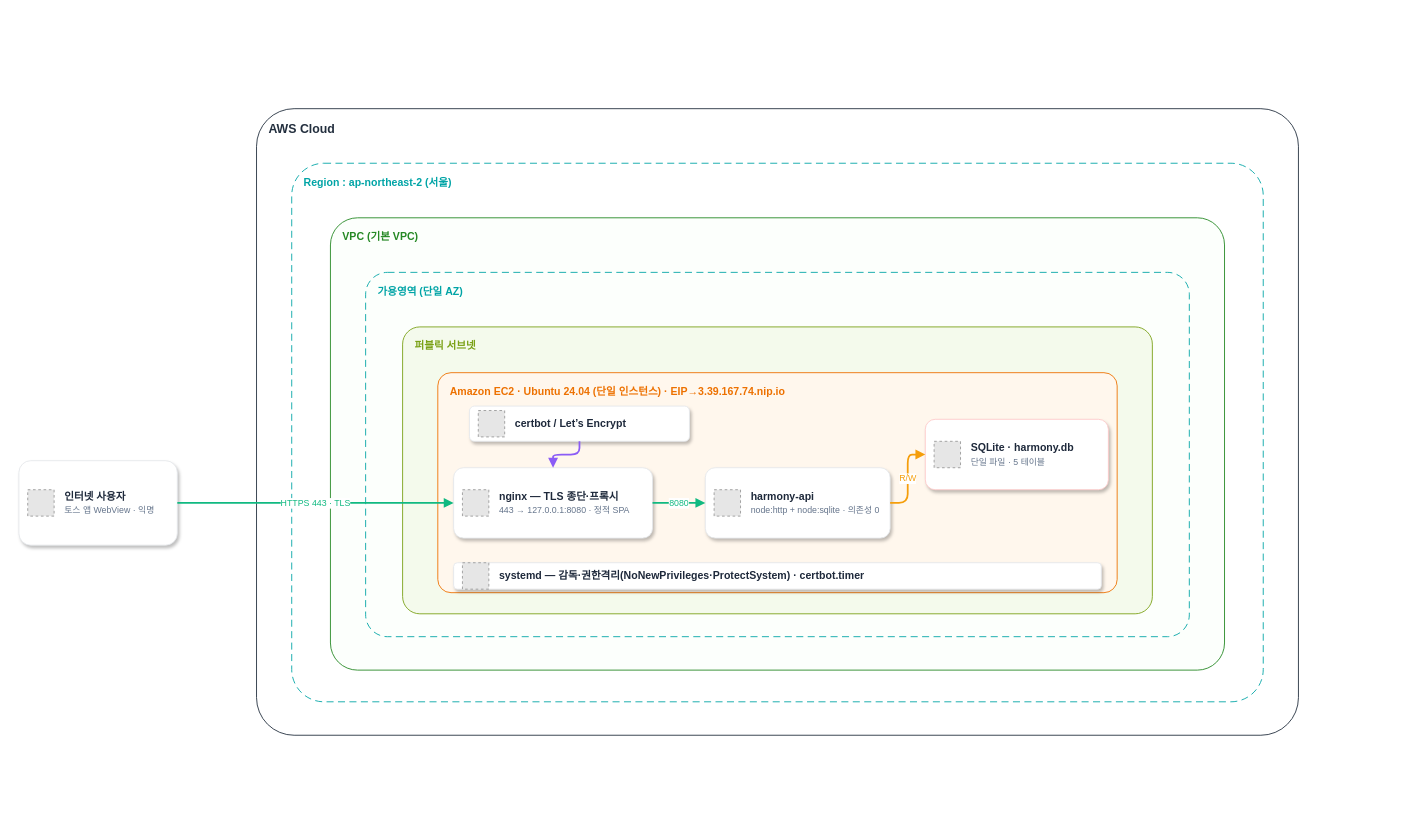
This is 산출물/04_시스템설계/하모니_AWS_배포_아키텍처.drawio from Appintos-Harmony/appintoss-meetup, a draw.io file, before an edit. Source tidied: cells renumbered, new cells numbered last; positions are measured from the earlier drawing's top-left corner, leaving out a move shared by most shapes. Both pictures are drawn from the tidied source at 88%, with x=0, y=0 at pixel (18, 108). Pictures stored in the file or linked from it are replaced by grey dashed boxes.
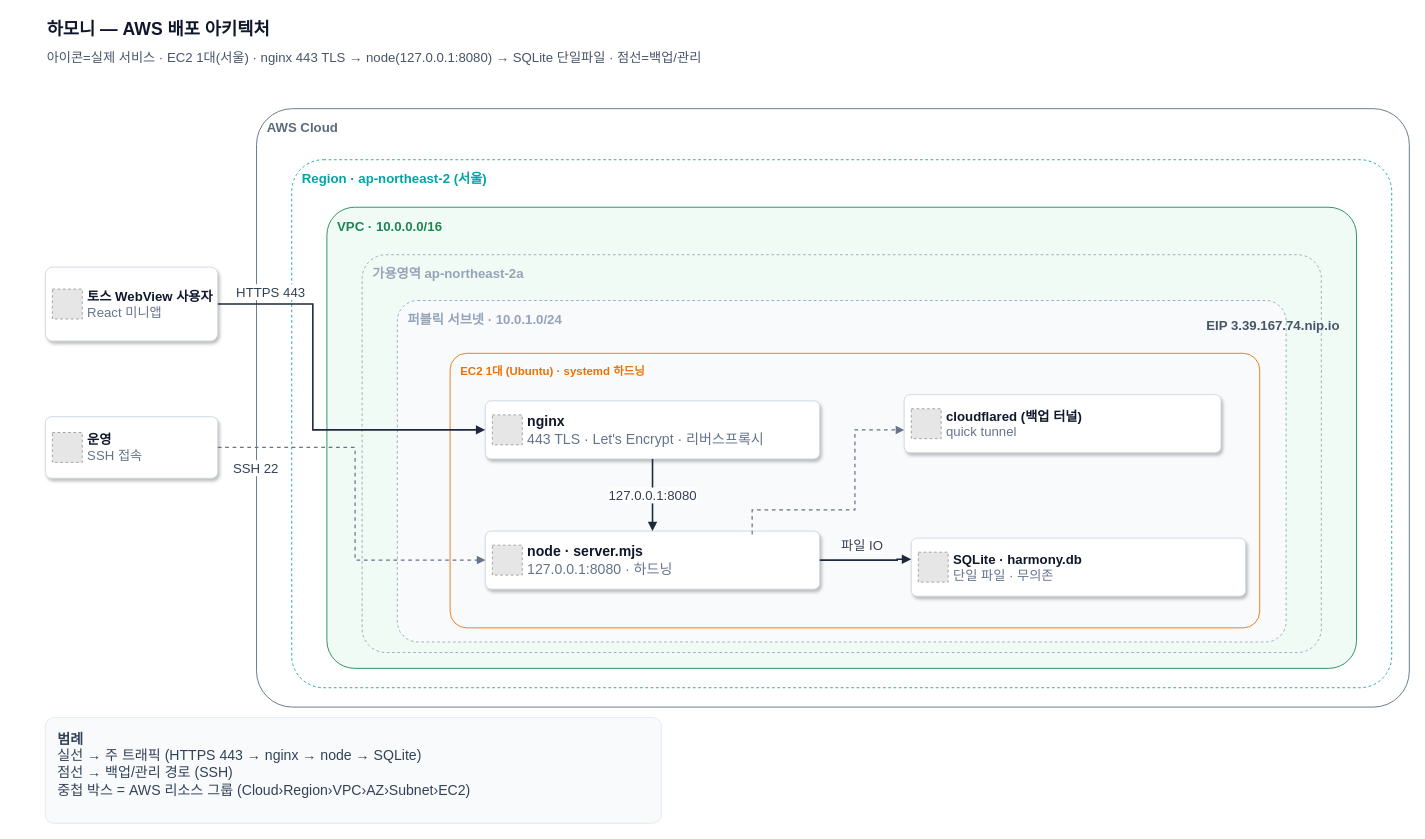
After the change.

What changed in the source:
```diff
@@
+    <mxCell id="24" value="&lt;b&gt;하모니 — AWS 배포 아키텍처&lt;/b&gt;" style="text;html=1;align=left;verticalAlign=middle;fontColor=#0F172A;fontSize=20;" parent="1" vertex="1">
+      <mxGeometry x="30" y="-106" width="1000" height="30" as="geometry" />
+    </mxCell>
+    <mxCell id="25" value="&lt;font color=&quot;#475569&quot;&gt;아이콘=실제 서비스 · EC2 1대(서울) · nginx 443 TLS → node(127.0.0.1:8080) → SQLite 단일파일 · 점선=백업/관리&lt;/font&gt;" style="text;html=1;align=left;verticalAlign=middle;fontSize=15;" parent="1" vertex="1">
+      <mxGeometry x="30" y="-70" width="1200" height="22" as="geometry" />
+    </mxCell>
-    <mxCell id="2" value="AWS Cloud" style="rounded=1;arcSize=6;whiteSpace=wrap;html=1;fillColor=#FFFFFF;strokeColor=#232F3E;verticalAlign=top;align=left;spacingLeft=12;spacingTop=8;fontSize=14;fontStyle=1;fontColor=#232F3E;" parent="1" vertex="1">
-      <mxGeometry x="270" width="1184" height="712" as="geometry" />
+    <mxCell id="2" value="AWS Cloud" style="rounded=1;arcSize=6;html=1;fillColor=none;strokeColor=#5A6B7B;dashed=0;verticalAlign=top;align=left;spacingLeft=10;spacingTop=6;fontColor=#5A6B7B;fontSize=15;fontStyle=1;" parent="1" vertex="1">
+      <mxGeometry x="270" width="1310" height="680" as="geometry" />
     </mxCell>
-    <mxCell id="3" value="Region : ap-northeast-2 (서울)" style="rounded=1;arcSize=6;whiteSpace=wrap;html=1;fillColor=none;strokeColor=#00A4A6;dashed=1;dashPattern=8 5;verticalAlign=top;align=left;spacingLeft=12;spacingTop=8;fontSize=12;fontStyle=1;fontColor=#00A4A6;" parent="1" vertex="1">
-      <mxGeometry x="310" y="62" width="1104" height="612" as="geometry" />
-    </mxCell>
-    <mxCell id="4" value="VPC (기본 VPC)" style="rounded=1;arcSize=6;whiteSpace=wrap;html=1;fillColor=#FCFFFC;strokeColor=#248823;verticalAlign=top;align=left;spacingLeft=12;spacingTop=8;fontSize=12;fontStyle=1;fontColor=#248823;" parent="1" vertex="1">
-      <mxGeometry x="354" y="124" width="1016" height="514" as="geometry" />
-    </mxCell>
-    <mxCell id="5" value="가용영역 (단일 AZ)" style="rounded=1;arcSize=6;whiteSpace=wrap;html=1;fillColor=none;strokeColor=#00A4A6;dashed=1;dashPattern=8 5;verticalAlign=top;align=left;spacingLeft=12;spacingTop=8;fontSize=12;fontStyle=1;fontColor=#00A4A6;" parent="1" vertex="1">
-      <mxGeometry x="394" y="186" width="936" height="414" as="geometry" />
-    </mxCell>
-    <mxCell id="6" value="퍼블릭 서브넷" style="rounded=1;arcSize=6;whiteSpace=wrap;html=1;fillColor=#F4FAEC;strokeColor=#7AA116;verticalAlign=top;align=left;spacingLeft=12;spacingTop=8;fontSize=12;fontStyle=1;fontColor=#7AA116;" parent="1" vertex="1">
-      <mxGeometry x="436" y="248" width="852" height="326" as="geometry" />
-    </mxCell>
-    <mxCell id="7" value="Amazon EC2 · Ubuntu 24.04 (단일 인스턴스) · EIP→3.39.167.74.nip.io" style="rounded=1;arcSize=6;whiteSpace=wrap;html=1;fillColor=#FFF7ED;strokeColor=#ED7100;verticalAlign=top;align=left;spacingLeft=12;spacingTop=8;fontSize=12;fontStyle=1;fontColor=#ED7100;" parent="1" vertex="1">
-      <mxGeometry x="476" y="300" width="772" height="250" as="geometry" />
-    </mxCell>
-    <mxCell id="8" value="&lt;b&gt;인터넷 사용자&lt;/b&gt;&lt;br&gt;&lt;span style=&quot;font-size:10px;color:#64748B&quot;&gt;토스 앱 WebView · 익명&lt;/span&gt;" style="rounded=1;arcSize=14;whiteSpace=wrap;html=1;fillColor=#FFFFFF;strokeColor=#E5E7EB;align=left;verticalAlign=middle;spacingLeft=50;fontSize=12;fontColor=#1E293B;shadow=1;" parent="1" vertex="1">
-      <mxGeometry y="400" width="180" height="96" as="geometry" />
-    </mxCell>
-    <mxCell id="9" style="fillColor=#E6E6E6;strokeColor=#999999;dashed=1;" parent="1" vertex="1">
-      <mxGeometry x="10" y="433" width="30" height="30" as="geometry" />
-    </mxCell>
-    <mxCell id="10" value="&lt;b&gt;certbot / Let’s Encrypt&lt;/b&gt;" style="rounded=1;arcSize=14;whiteSpace=wrap;html=1;fillColor=#FFFFFF;strokeColor=#E5E7EB;align=left;verticalAlign=middle;spacingLeft=50;fontSize=12;fontColor=#1E293B;shadow=1;" parent="1" vertex="1">
-      <mxGeometry x="512" y="338" width="250" height="40" as="geometry" />
-    </mxCell>
-    <mxCell id="11" style="fillColor=#E6E6E6;strokeColor=#999999;dashed=1;" parent="1" vertex="1">
-      <mxGeometry x="522" y="343" width="30" height="30" as="geometry" />
-    </mxCell>
-    <mxCell id="12" value="&lt;b&gt;nginx — TLS 종단·프록시&lt;/b&gt;&lt;br&gt;&lt;span style=&quot;font-size:10px;color:#64748B&quot;&gt;443 → 127.0.0.1:8080 · 정적 SPA&lt;/span&gt;" style="rounded=1;arcSize=14;whiteSpace=wrap;html=1;fillColor=#FFFFFF;strokeColor=#E5E7EB;align=left;verticalAlign=middle;spacingLeft=50;fontSize=12;fontColor=#1E293B;shadow=1;" parent="1" vertex="1">
-      <mxGeometry x="494" y="408" width="226" height="80" as="geometry" />
-    </mxCell>
-    <mxCell id="13" style="fillColor=#E6E6E6;strokeColor=#999999;dashed=1;" parent="1" vertex="1">
-      <mxGeometry x="504" y="433" width="30" height="30" as="geometry" />
-    </mxCell>
-    <mxCell id="14" value="&lt;b&gt;harmony-api&lt;/b&gt;&lt;br&gt;&lt;span style=&quot;font-size:10px;color:#64748B&quot;&gt;node:http + node:sqlite · 의존성 0&lt;/span&gt;" style="rounded=1;arcSize=14;whiteSpace=wrap;html=1;fillColor=#FFFFFF;strokeColor=#E5E7EB;align=left;verticalAlign=middle;spacingLeft=50;fontSize=12;fontColor=#1E293B;shadow=1;" parent="1" vertex="1">
-      <mxGeometry x="780" y="408" width="210" height="80" as="geometry" />
-    </mxCell>
-    <mxCell id="15" style="fillColor=#E6E6E6;strokeColor=#999999;dashed=1;" parent="1" vertex="1">
-      <mxGeometry x="790" y="433" width="30" height="30" as="geometry" />
-    </mxCell>
-    <mxCell id="16" value="&lt;b&gt;SQLite · harmony.db&lt;/b&gt;&lt;br&gt;&lt;span style=&quot;font-size: 10px; color: rgb(100, 116, 139);&quot;&gt;단일 파일 · 5 테이블&amp;nbsp;&lt;/span&gt;" style="rounded=1;arcSize=14;whiteSpace=wrap;html=1;fillColor=#FFFFFF;strokeColor=#FECACA;align=left;verticalAlign=middle;spacingLeft=50;fontSize=12;fontColor=#1E293B;shadow=1;" parent="1" vertex="1">
-      <mxGeometry x="1030" y="353" width="208" height="80" as="geometry" />
-    </mxCell>
-    <mxCell id="17" style="fillColor=#E6E6E6;strokeColor=#999999;dashed=1;" parent="1" vertex="1">
-      <mxGeometry x="1040" y="378" width="30" height="30" as="geometry" />
-    </mxCell>
-    <mxCell id="18" value="&lt;b&gt;systemd — 감독·권한격리(NoNewPrivileges·ProtectSystem) · certbot.timer&lt;/b&gt;" style="rounded=1;arcSize=14;whiteSpace=wrap;html=1;fillColor=#FFFFFF;strokeColor=#E5E7EB;align=left;verticalAlign=middle;spacingLeft=50;fontSize=12;fontColor=#1E293B;shadow=1;" parent="1" vertex="1">
-      <mxGeometry x="494" y="516" width="736" height="30" as="geometry" />
-    </mxCell>
-    <mxCell id="19" style="fillColor=#E6E6E6;strokeColor=#999999;dashed=1;" parent="1" vertex="1">
-      <mxGeometry x="504" y="516" width="30" height="30" as="geometry" />
-    </mxCell>
-    <mxCell id="20" value="HTTPS 443 · TLS" style="edgeStyle=orthogonalEdgeStyle;rounded=1;html=1;strokeColor=#10B981;strokeWidth=2;endArrow=block;endFill=1;fontSize=10;fontColor=#10B981;labelBackgroundColor=#FFFFFF;" parent="1" edge="1" source="8" target="12">
-      <mxGeometry relative="1" as="geometry" />
-    </mxCell>
-    <mxCell id="21" style="edgeStyle=orthogonalEdgeStyle;rounded=1;html=1;strokeColor=#8B5CF6;strokeWidth=2;endArrow=block;endFill=1;fontSize=10;fontColor=#8B5CF6;labelBackgroundColor=#FFFFFF;" parent="1" edge="1" source="10" target="12">
-      <mxGeometry relative="1" as="geometry" />
-    </mxCell>
-    <mxCell id="22" value="8080" style="edgeStyle=orthogonalEdgeStyle;rounded=1;html=1;strokeColor=#10B981;strokeWidth=2;endArrow=block;endFill=1;fontSize=10;fontColor=#10B981;labelBackgroundColor=#FFFFFF;" parent="1" edge="1" source="12" target="14">
-      <mxGeometry relative="1" as="geometry" />
-    </mxCell>
-    <mxCell id="23" value="R/W" style="edgeStyle=orthogonalEdgeStyle;rounded=1;html=1;strokeColor=#F59E0B;strokeWidth=2;endArrow=block;endFill=1;fontSize=10;fontColor=#F59E0B;labelBackgroundColor=#FFFFFF;" parent="1" edge="1" source="14" target="16">
-      <mxGeometry relative="1" as="geometry" />
-    </mxCell>
+    <mxCell id="26" value="Region · ap-northeast-2 (서울)" style="rounded=1;arcSize=6;html=1;fillColor=none;strokeColor=#00A4A6;dashed=1;verticalAlign=top;align=left;spacingLeft=10;spacingTop=6;fontColor=#00A4A6;fontSize=15;fontStyle=1;" parent="1" vertex="1">
+      <mxGeometry x="310" y="58" width="1250" height="600" as="geometry" />
+    </mxCell>
+    <mxCell id="27" value="VPC · 10.0.0.0/16" style="rounded=1;arcSize=6;html=1;fillColor=#F1FBF5;strokeColor=#1A8754;dashed=0;verticalAlign=top;align=left;spacingLeft=10;spacingTop=6;fontColor=#1A8754;fontSize=15;fontStyle=1;" parent="1" vertex="1">
+      <mxGeometry x="350" y="112" width="1170" height="524" as="geometry" />
+    </mxCell>
+    <mxCell id="28" value="가용영역 ap-northeast-2a" style="rounded=1;arcSize=6;html=1;fillColor=none;strokeColor=#94A3B8;dashed=1;verticalAlign=top;align=left;spacingLeft=10;spacingTop=6;fontColor=#94A3B8;fontSize=15;fontStyle=1;" parent="1" vertex="1">
+      <mxGeometry x="390" y="166" width="1090" height="452" as="geometry" />
+    </mxCell>
+    <mxCell id="29" value="퍼블릭 서브넷 · 10.0.1.0/24" style="rounded=1;arcSize=6;html=1;fillColor=#F8FAFC;strokeColor=#94A3B8;dashed=1;verticalAlign=top;align=left;spacingLeft=10;spacingTop=6;fontColor=#94A3B8;fontSize=15;fontStyle=1;" parent="1" vertex="1">
+      <mxGeometry x="430" y="218" width="1010" height="388" as="geometry" />
+    </mxCell>
+    <mxCell id="30" value="EC2 1대 (Ubuntu) · systemd 하드닝" style="rounded=1;arcSize=6;html=1;fillColor=none;strokeColor=#ED7100;dashed=0;verticalAlign=top;align=left;spacingLeft=10;spacingTop=6;fontColor=#ED7100;fontSize=13;fontStyle=1;" parent="1" vertex="1">
+      <mxGeometry x="490" y="278" width="920" height="312" as="geometry" />
+    </mxCell>
+    <mxCell id="31" value="&lt;b&gt;토스 WebView 사용자&lt;/b&gt;&lt;br&gt;&lt;font color=&quot;#64748B&quot;&gt;React 미니앱&lt;/font&gt;" style="rounded=1;arcSize=10;whiteSpace=wrap;html=1;fillColor=#FFFFFF;strokeColor=#CBD5E1;align=left;verticalAlign=middle;spacingLeft=46;fontColor=#0F172A;fontSize=15;shadow=1;" parent="1" vertex="1">
+      <mxGeometry x="30" y="180" width="196" height="84" as="geometry" />
+    </mxCell>
+    <mxCell id="32" style="fillColor=#E6E6E6;strokeColor=#999999;dashed=1;" parent="31" vertex="1">
+      <mxGeometry x="8" y="25" width="34" height="34" as="geometry" />
+    </mxCell>
+    <mxCell id="33" value="&lt;b&gt;운영&lt;/b&gt;&lt;br&gt;&lt;font color=&quot;#64748B&quot;&gt;SSH 접속&lt;/font&gt;" style="rounded=1;arcSize=10;whiteSpace=wrap;html=1;fillColor=#FFFFFF;strokeColor=#CBD5E1;align=left;verticalAlign=middle;spacingLeft=46;fontColor=#0F172A;fontSize=15;shadow=1;" parent="1" vertex="1">
+      <mxGeometry x="30" y="350" width="196" height="70" as="geometry" />
+    </mxCell>
+    <mxCell id="34" style="fillColor=#E6E6E6;strokeColor=#999999;dashed=1;" parent="33" vertex="1">
+      <mxGeometry x="8" y="18" width="34" height="34" as="geometry" />
+    </mxCell>
+    <mxCell id="35" value="&lt;b&gt;nginx&lt;/b&gt;&lt;br&gt;&lt;font color=&quot;#64748B&quot;&gt;443 TLS · Let's Encrypt · 리버스프록시&lt;/font&gt;" style="rounded=1;arcSize=10;whiteSpace=wrap;html=1;fillColor=#FFFFFF;strokeColor=#CBD5E1;align=left;verticalAlign=middle;spacingLeft=46;fontColor=#0F172A;fontSize=16;shadow=1;" parent="1" vertex="1">
+      <mxGeometry x="530" y="332" width="380" height="66" as="geometry" />
+    </mxCell>
+    <mxCell id="36" style="fillColor=#E6E6E6;strokeColor=#999999;dashed=1;" parent="35" vertex="1">
+      <mxGeometry x="8" y="16" width="34" height="34" as="geometry" />
+    </mxCell>
+    <mxCell id="37" value="&lt;b&gt;node · server.mjs&lt;/b&gt;&lt;br&gt;&lt;font color=&quot;#64748B&quot;&gt;127.0.0.1:8080 · 하드닝&lt;/font&gt;" style="rounded=1;arcSize=10;whiteSpace=wrap;html=1;fillColor=#FFFFFF;strokeColor=#CBD5E1;align=left;verticalAlign=middle;spacingLeft=46;fontColor=#0F172A;fontSize=16;shadow=1;" parent="1" vertex="1">
+      <mxGeometry x="530" y="480" width="380" height="66" as="geometry" />
+    </mxCell>
+    <mxCell id="38" style="fillColor=#E6E6E6;strokeColor=#999999;dashed=1;" parent="37" vertex="1">
+      <mxGeometry x="8" y="16" width="34" height="34" as="geometry" />
+    </mxCell>
+    <mxCell id="39" value="&lt;b&gt;SQLite · harmony.db&lt;/b&gt;&lt;br&gt;&lt;font color=&quot;#64748B&quot;&gt;단일 파일 · 무의존&lt;/font&gt;" style="rounded=1;arcSize=10;whiteSpace=wrap;html=1;fillColor=#FFFFFF;strokeColor=#CBD5E1;align=left;verticalAlign=middle;spacingLeft=46;fontColor=#0F172A;fontSize=15;shadow=1;" parent="1" vertex="1">
+      <mxGeometry x="1014" y="488" width="380" height="66" as="geometry" />
+    </mxCell>
+    <mxCell id="40" style="fillColor=#E6E6E6;strokeColor=#999999;dashed=1;" parent="39" vertex="1">
+      <mxGeometry x="8" y="16" width="34" height="34" as="geometry" />
+    </mxCell>
+    <mxCell id="41" value="&lt;b&gt;cloudflared (백업 터널)&lt;/b&gt;&lt;br&gt;&lt;font color=&quot;#64748B&quot;&gt;quick tunnel&lt;/font&gt;" style="rounded=1;arcSize=10;whiteSpace=wrap;html=1;fillColor=#FFFFFF;strokeColor=#CBD5E1;align=left;verticalAlign=middle;spacingLeft=46;fontColor=#0F172A;fontSize=15;shadow=1;" parent="1" vertex="1">
+      <mxGeometry x="1006" y="325" width="360" height="66" as="geometry" />
+    </mxCell>
+    <mxCell id="42" style="fillColor=#E6E6E6;strokeColor=#999999;dashed=1;" parent="41" vertex="1">
+      <mxGeometry x="8" y="16" width="34" height="34" as="geometry" />
+    </mxCell>
+    <mxCell id="43" value="HTTPS 443" style="edgeStyle=orthogonalEdgeStyle;rounded=0;html=1;startArrow=none;startFill=0;endArrow=block;endFill=1;dashed=0;strokeColor=#1E293B;strokeWidth=1.8;fontSize=15;fontColor=#334155;labelBackgroundColor=#FFFFFF;" parent="1" edge="1" source="31" target="35">
+      <mxGeometry x="-0.73" y="14" relative="1" as="geometry">
+        <Array as="points">
+          <mxPoint x="334" y="222" />
+          <mxPoint x="334" y="365" />
+        </Array>
+      </mxGeometry>
+    </mxCell>
+    <mxCell id="44" value="SSH 22" style="edgeStyle=orthogonalEdgeStyle;rounded=0;html=1;startArrow=none;startFill=0;endArrow=block;endFill=1;dashed=1;strokeColor=#64748B;strokeWidth=1.4;fontSize=15;fontColor=#334155;labelBackgroundColor=#FFFFFF;entryX=0;entryY=0.5;entryDx=0;entryDy=0;exitX=1;exitY=0.5;exitDx=0;exitDy=0;" parent="1" edge="1" source="33" target="37">
+      <mxGeometry x="-0.8" y="-23" relative="1" as="geometry">
+        <Array as="points">
+          <mxPoint x="382" y="385" />
+          <mxPoint x="382" y="513" />
+        </Array>
+      </mxGeometry>
+    </mxCell>
+    <mxCell id="45" value="127.0.0.1:8080" style="edgeStyle=orthogonalEdgeStyle;rounded=0;html=1;startArrow=none;startFill=0;endArrow=block;endFill=1;dashed=0;strokeColor=#1E293B;strokeWidth=1.8;fontSize=15;fontColor=#334155;labelBackgroundColor=#FFFFFF;" parent="1" edge="1" source="35" target="37">
+      <mxGeometry relative="1" as="geometry" />
+    </mxCell>
+    <mxCell id="46" value="파일 IO" style="edgeStyle=orthogonalEdgeStyle;rounded=0;html=1;startArrow=none;startFill=0;endArrow=block;endFill=1;dashed=0;strokeColor=#1E293B;strokeWidth=1.8;fontSize=15;fontColor=#334155;labelBackgroundColor=#FFFFFF;exitX=1;exitY=0.5;exitDx=0;exitDy=0;" parent="1" edge="1" source="37">
+      <mxGeometry x="-0.08" y="17" relative="1" as="geometry">
+        <mxPoint x="1014" y="512" as="targetPoint" />
+        <Array as="points">
+          <mxPoint x="998" y="513" />
+          <mxPoint x="1022" y="512" />
+        </Array>
+      </mxGeometry>
+    </mxCell>
+    <mxCell id="47" style="edgeStyle=orthogonalEdgeStyle;rounded=0;html=1;startArrow=none;startFill=0;endArrow=block;endFill=1;dashed=1;strokeColor=#64748B;strokeWidth=1.4;fontSize=15;fontColor=#334155;labelBackgroundColor=#FFFFFF;exitX=0.798;exitY=0.06;exitDx=0;exitDy=0;exitPerimeter=0;" parent="1" edge="1" source="37" target="41">
+      <mxGeometry x="1" y="-52" relative="1" as="geometry">
+        <Array as="points">
+          <mxPoint x="833" y="456" />
+          <mxPoint x="950" y="456" />
+          <mxPoint x="950" y="365" />
+        </Array>
+        <mxPoint x="8" y="-1" as="offset" />
+      </mxGeometry>
+    </mxCell>
+    <mxCell id="48" value="&lt;b style=&quot;color: rgb(51, 65, 85);&quot;&gt;범례&lt;/b&gt;&lt;br&gt;실선 → 주 트래픽 (HTTPS 443 → nginx → node → SQLite)&lt;br&gt;점선 → 백업/관리 경로 (SSH)&lt;br&gt;중첩 박스 = AWS 리소스 그룹 (Cloud›Region›VPC›AZ›Subnet›EC2)" style="rounded=1;arcSize=8;html=1;whiteSpace=wrap;align=left;verticalAlign=top;spacingLeft=12;spacingTop=8;fontSize=16;fillColor=#F8FAFC;strokeColor=#E2E8F0;fontColor=#334155;" parent="1" vertex="1">
+      <mxGeometry x="30" y="692" width="700" height="120" as="geometry" />
+    </mxCell>
+    <mxCell id="49" value="&lt;font color=&quot;#475569&quot;&gt;&lt;b&gt;EIP 3.39.167.74.nip.io&lt;/b&gt;&lt;/font&gt;" style="text;html=1;align=center;verticalAlign=middle;fontSize=15;" parent="1" vertex="1">
+      <mxGeometry x="1350" y="236" width="150" height="20" as="geometry" />
+    </mxCell>
```
